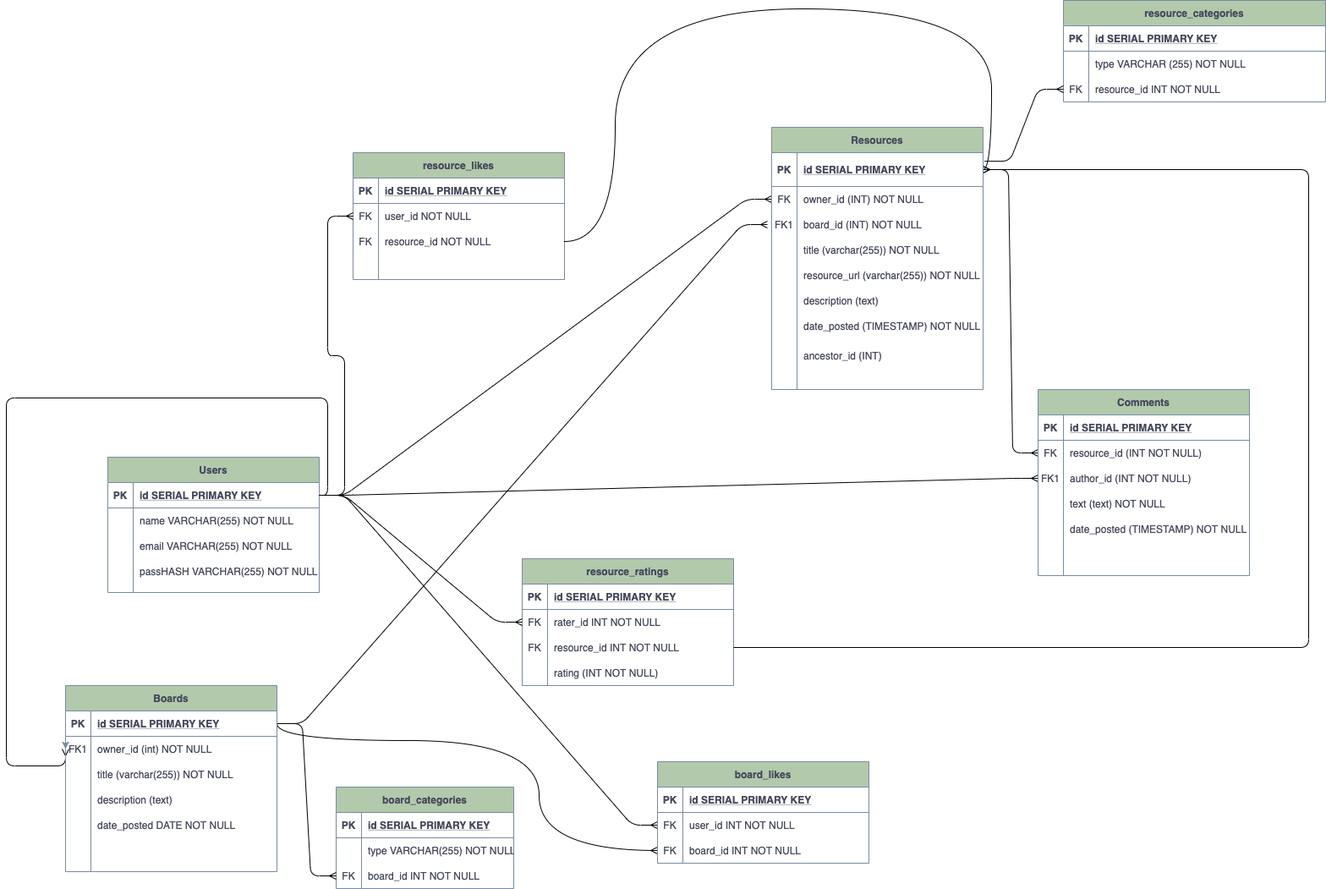
npwxx/resourceWall keeps this draw.io diagram as planning-docs/ERD-sept21.png. Above is the earlier version. Source tidied: cells renumbered, new cells last; positions are measured from the earlier drawing's top-left corner, leaving out a move shared by most shapes.
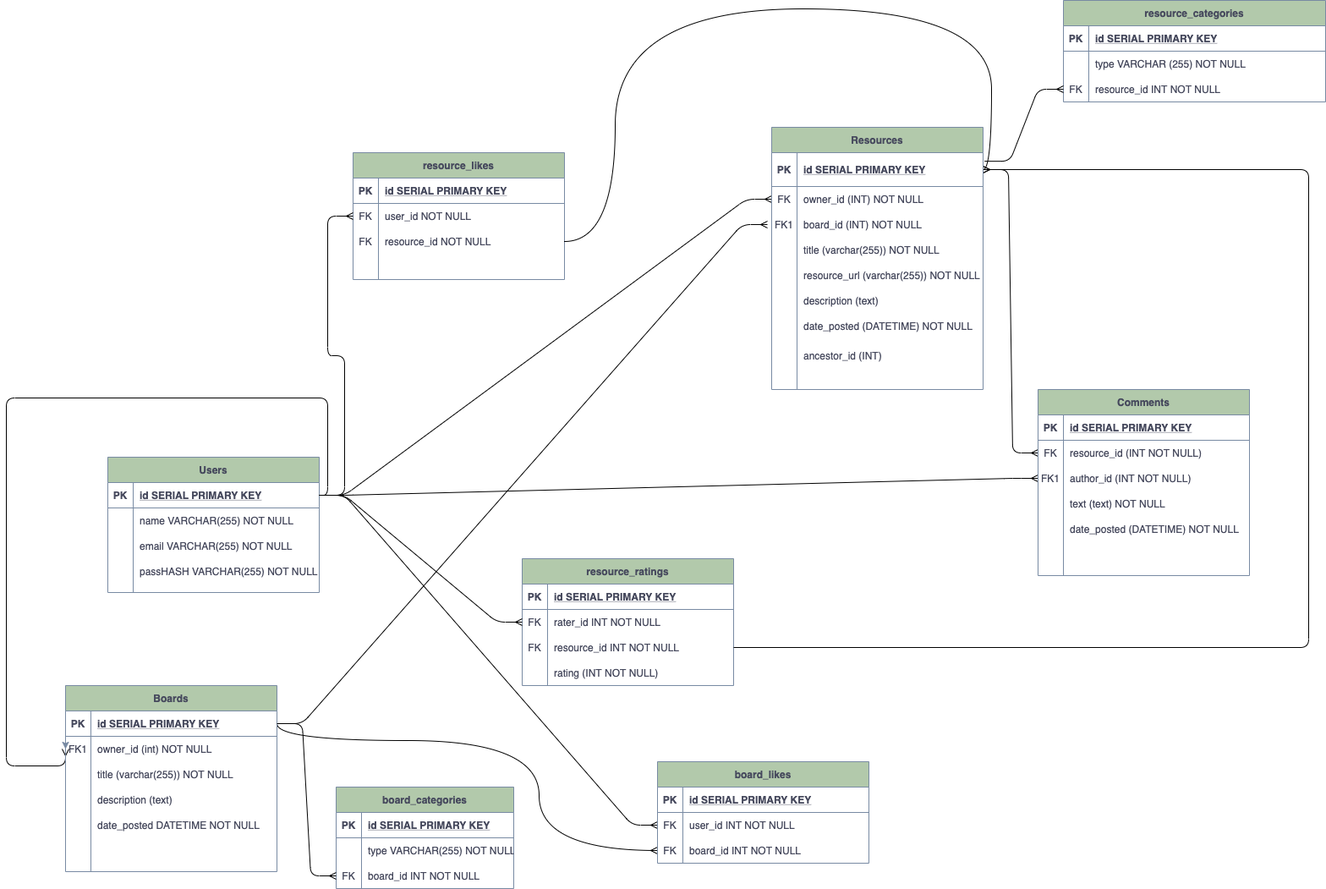
After the commit.

What changed in the source:
```diff
@@ -275,7 +275,7 @@
     <mxCell id="83" style="shape=partialRectangle;overflow=hidden;fillColor=none;top=0;left=0;bottom=0;right=0;strokeColor=#788AA3;fontColor=#46495D;" parent="82" vertex="1">
       <mxGeometry width="30" height="30" as="geometry" />
     </mxCell>
-    <mxCell id="84" value="date_posted (TIMESTAMP) NOT NULL" style="shape=partialRectangle;overflow=hidden;fillColor=none;top=0;left=0;bottom=0;right=0;align=left;spacingLeft=6;strokeColor=#788AA3;fontColor=#46495D;" parent="82" vertex="1">
+    <mxCell id="84" value="date_posted (DATETIME) NOT NULL" style="shape=partialRectangle;overflow=hidden;fillColor=none;top=0;left=0;bottom=0;right=0;align=left;spacingLeft=6;strokeColor=#788AA3;fontColor=#46495D;" parent="82" vertex="1">
       <mxGeometry x="30" width="220" height="30" as="geometry" />
     </mxCell>
     <mxCell id="85" style="shape=partialRectangle;fillColor=none;top=0;left=0;right=0;bottom=0;strokeColor=#788AA3;fontColor=#46495D;" parent="63" vertex="1">
@@ -404,7 +404,7 @@
     <mxCell id="126" style="shape=partialRectangle;overflow=hidden;fillColor=none;top=0;left=0;bottom=0;right=0;strokeColor=#788AA3;fontColor=#46495D;" parent="125" vertex="1">
       <mxGeometry width="30" height="30" as="geometry" />
     </mxCell>
-    <mxCell id="127" value="date_posted DATE NOT NULL " style="shape=partialRectangle;overflow=hidden;fillColor=none;top=0;left=0;bottom=0;right=0;align=left;spacingLeft=6;strokeColor=#788AA3;fontColor=#46495D;" parent="125" vertex="1">
+    <mxCell id="127" value="date_posted DATETIME NOT NULL " style="shape=partialRectangle;overflow=hidden;fillColor=none;top=0;left=0;bottom=0;right=0;align=left;spacingLeft=6;strokeColor=#788AA3;fontColor=#46495D;" parent="125" vertex="1">
       <mxGeometry x="30" width="220" height="30" as="geometry" />
     </mxCell>
     <mxCell id="128" style="shape=partialRectangle;fillColor=none;top=0;left=0;right=0;bottom=0;strokeColor=#788AA3;fontColor=#46495D;" parent="111" vertex="1">
@@ -464,7 +464,7 @@
     <mxCell id="146" style="shape=partialRectangle;overflow=hidden;fillColor=none;top=0;left=0;bottom=0;right=0;strokeColor=#788AA3;fontColor=#46495D;" parent="145" vertex="1">
       <mxGeometry width="30" height="30" as="geometry" />
     </mxCell>
-    <mxCell id="147" value="date_posted (TIMESTAMP) NOT NULL" style="shape=partialRectangle;overflow=hidden;fillColor=none;top=0;left=0;bottom=0;right=0;align=left;spacingLeft=6;strokeColor=#788AA3;fontColor=#46495D;" parent="145" vertex="1">
+    <mxCell id="147" value="date_posted (DATETIME) NOT NULL" style="shape=partialRectangle;overflow=hidden;fillColor=none;top=0;left=0;bottom=0;right=0;align=left;spacingLeft=6;strokeColor=#788AA3;fontColor=#46495D;" parent="145" vertex="1">
       <mxGeometry x="30" width="220" height="30" as="geometry" />
     </mxCell>
     <mxCell id="148" style="shape=partialRectangle;fillColor=none;top=0;left=0;right=0;bottom=0;strokeColor=#788AA3;fontColor=#46495D;" parent="132" vertex="1">
```
